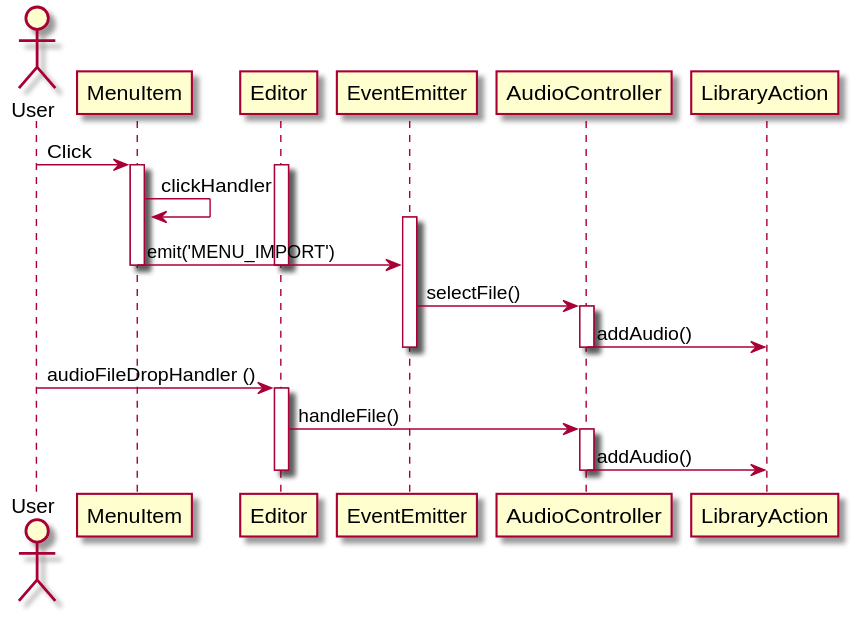
Earlier version of the PlantUML export out/sequence_diagram/importAudio/importAudio.svg (austudio-team/austudio-uml-graph).
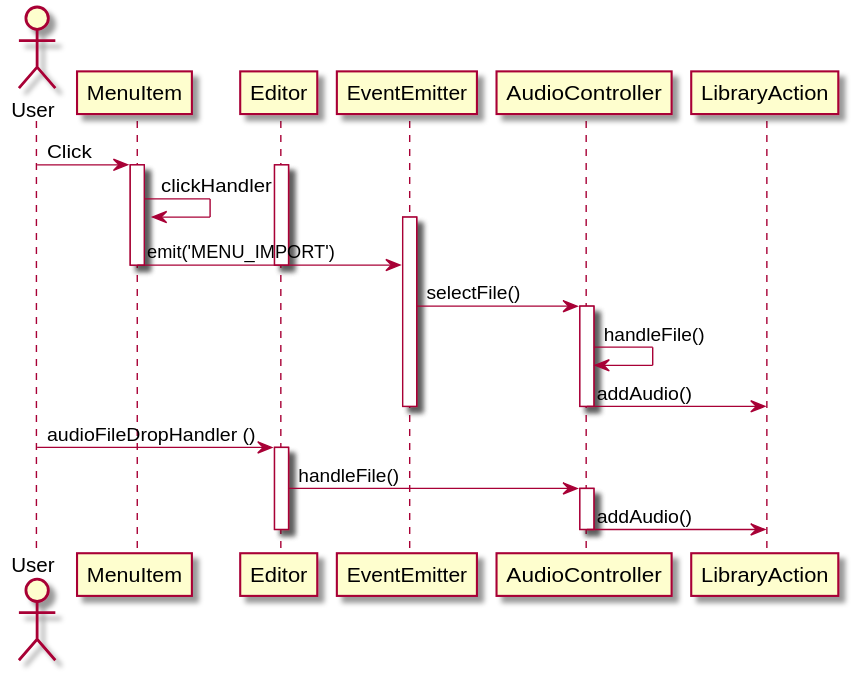
After the change.

Change to the diagram source:
```diff
@@ -11,6 +11,7 @@
 deactivate MenuItem
 EventEmitter -> AudioController: selectFile()
 activate AudioController
+AudioController -> AudioController: handleFile()
 AudioController -> LibraryAction: addAudio()
 deactivate AudioController
 deactivate EventEmitter
```
